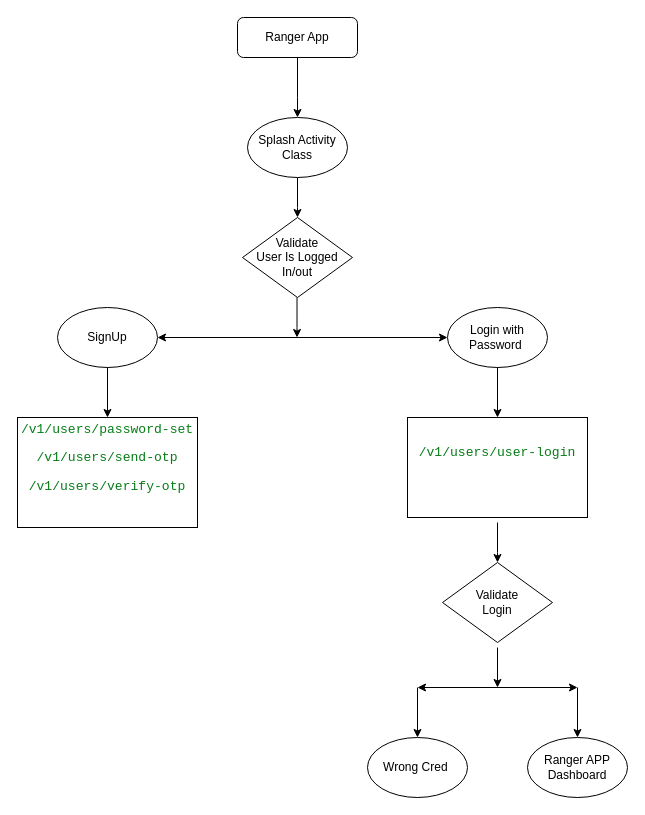
Earlier version of the draw.io diagram app/src/main/java/com/tact/utils/Untitled Diagram.drawio (ayushsa/CA). Source tidied: cells renumbered, new cells numbered last; positions are measured from the earlier drawing's top-left corner, leaving out a move shared by most shapes. Both pictures are drawn from the tidied source at 100%, with x=0, y=0 at pixel (17, 17).
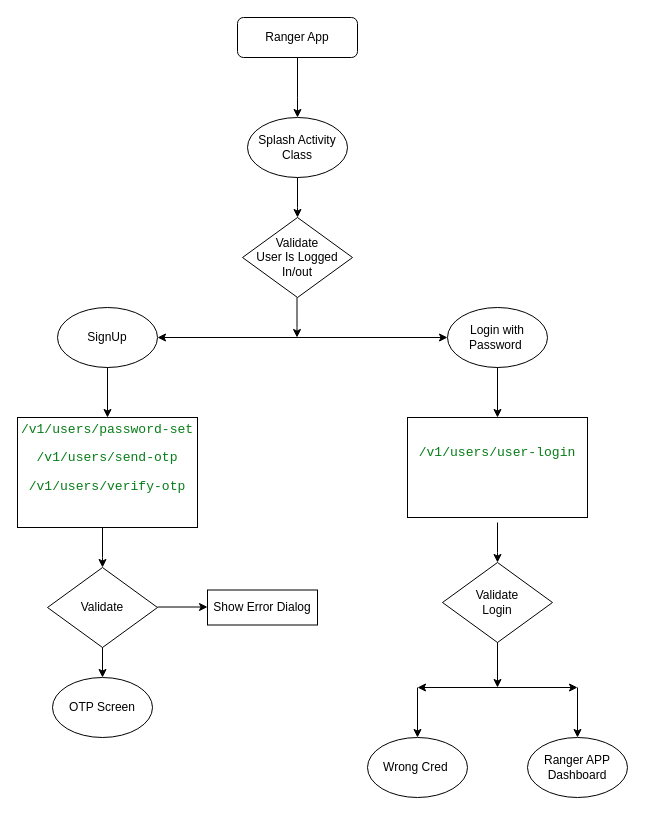
Above is the later version.

The change refers to these unchanged cells:
```xml
<mxCell id="18" value="Validate&lt;br&gt;Login" style="rhombus;whiteSpace=wrap;html=1;" parent="1" vertex="1">
  <mxGeometry x="425" y="545" width="110" height="80" as="geometry" />
</mxCell>
```

The edit, as a diff of the source:
```diff
@@
-    <mxCell id="19" style="endArrow=classic;html=1;" parent="1" edge="1">
+    <mxCell id="19" style="endArrow=classic;html=1;exitX=0.5;exitY=1;exitDx=0;exitDy=0;" parent="1" edge="1" source="18">
       <mxGeometry relative="1" as="geometry">
-        <mxPoint x="480" y="630" as="sourcePoint" />
         <mxPoint x="480" y="670" as="targetPoint" />
       </mxGeometry>
     </mxCell>
@@
+    <mxCell id="25" style="edgeStyle=orthogonalEdgeStyle;rounded=0;orthogonalLoop=1;jettySize=auto;html=1;" parent="1" edge="1">
+      <mxGeometry relative="1" as="geometry">
+        <mxPoint x="85" y="510" as="sourcePoint" />
+        <mxPoint x="85" y="550" as="targetPoint" />
+        <Array as="points">
+          <mxPoint x="85" y="540" />
+          <mxPoint x="85" y="540" />
+        </Array>
+      </mxGeometry>
+    </mxCell>
+    <mxCell id="26" value="Validate" style="rhombus;whiteSpace=wrap;html=1;" parent="1" vertex="1">
+      <mxGeometry x="30" y="550" width="110" height="80" as="geometry" />
+    </mxCell>
+    <mxCell id="27" style="endArrow=classic;html=1;" parent="1" edge="1">
+      <mxGeometry relative="1" as="geometry">
+        <mxPoint x="140" y="589.5" as="sourcePoint" />
+        <mxPoint x="190" y="589.5" as="targetPoint" />
+      </mxGeometry>
+    </mxCell>
+    <mxCell id="28" style="endArrow=classic;html=1;exitX=0.5;exitY=1;exitDx=0;exitDy=0;" parent="1" edge="1" source="26">
+      <mxGeometry relative="1" as="geometry">
+        <mxPoint x="85" y="660" as="targetPoint" />
+      </mxGeometry>
+    </mxCell>
+    <mxCell id="29" value="OTP Screen" style="ellipse;whiteSpace=wrap;html=1;" parent="1" vertex="1">
+      <mxGeometry x="35" y="660" width="100" height="60" as="geometry" />
+    </mxCell>
+    <mxCell id="30" value="Show Error Dialog" style="rounded=0;whiteSpace=wrap;html=1;" parent="1" vertex="1">
+      <mxGeometry x="190" y="572.5" width="110" height="35" as="geometry" />
+    </mxCell>
```
